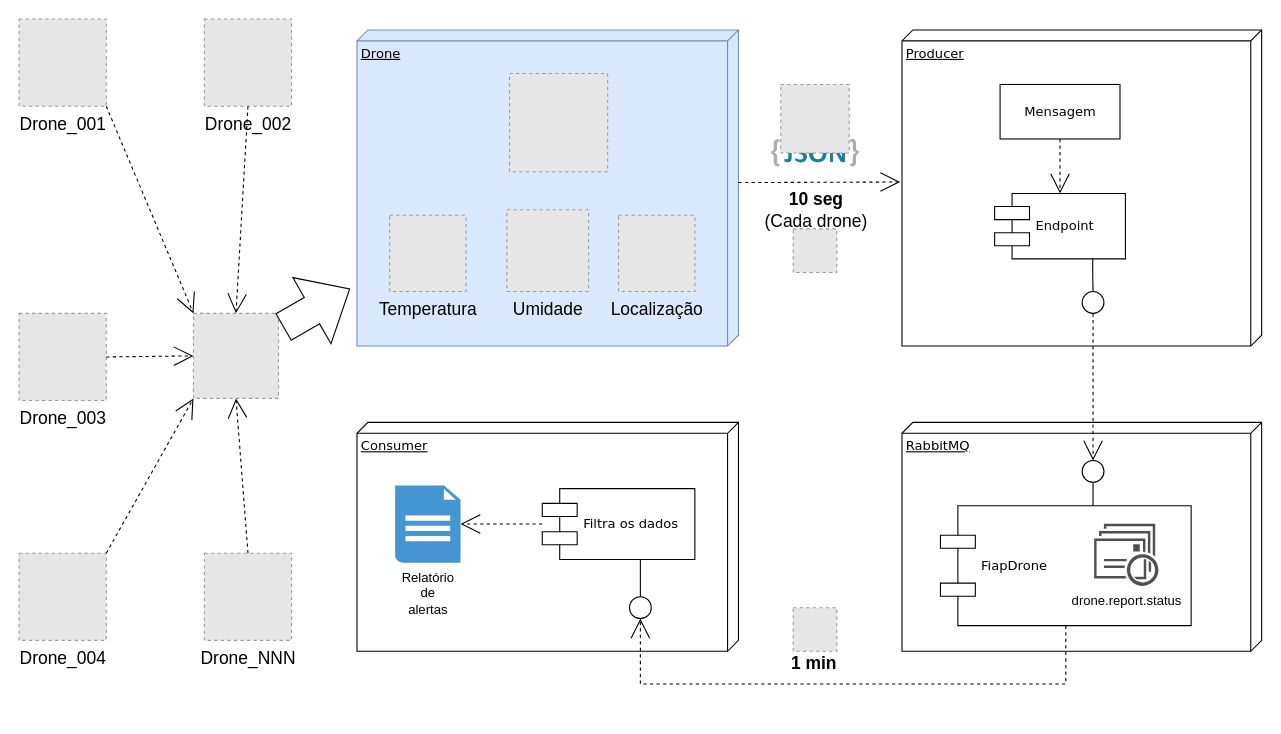
Before: docs/overview.drawio in lakagawa/drone, a draw.io diagram. Source tidied: cells renumbered, new cells numbered last; positions are measured from the earlier drawing's top-left corner, leaving out a move shared by most shapes. Both pictures are drawn from the tidied source at 109%, with x=0, y=0 at pixel (19, 19). Pictures stored in the file or linked from it are replaced by grey dashed boxes.
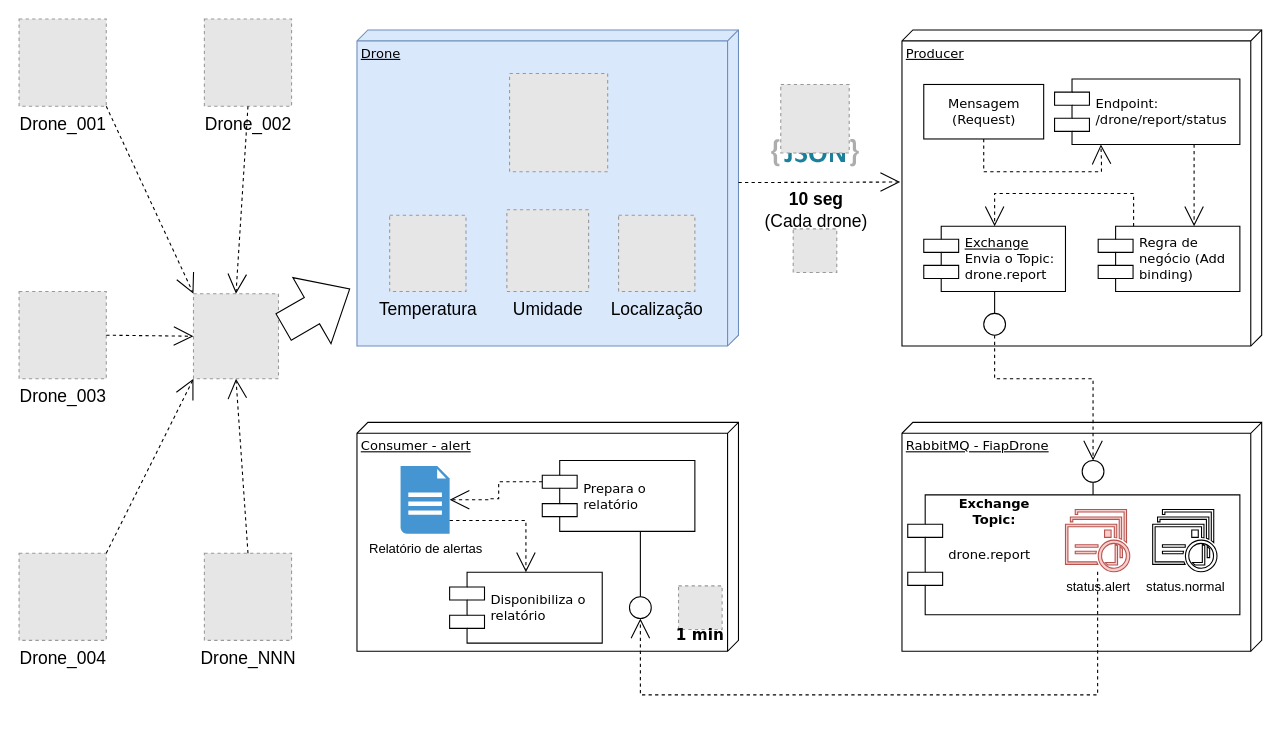
After the change.

Unchanged cells that the change refers to:
```xml
<mxCell id="9" style="ellipse;whiteSpace=wrap;html=1;rounded=0;shadow=0;comic=0;labelBackgroundColor=none;strokeWidth=1;fontFamily=Verdana;fontSize=12;align=center;" parent="1" vertex="1">
  <mxGeometry x="560" y="530" width="20" height="20" as="geometry" />
</mxCell>
<mxCell id="23" style="ellipse;whiteSpace=wrap;html=1;rounded=0;shadow=0;comic=0;labelBackgroundColor=none;strokeWidth=1;fontFamily=Verdana;fontSize=12;align=center;" parent="1" vertex="1">
  <mxGeometry x="975.3" y="405" width="20" height="20" as="geometry" />
</mxCell>
```

Diff of the diagram source:
```diff
@@
-    <mxCell id="3" value="Consumer" style="verticalAlign=top;align=left;spacingTop=8;spacingLeft=2;spacingRight=12;shape=cube;size=10;direction=south;fontStyle=4;html=1;rounded=0;shadow=0;comic=0;labelBackgroundColor=none;strokeWidth=1;fontFamily=Verdana;fontSize=12;" parent="1" vertex="1">
+    <mxCell id="3" value="Consumer - alert" style="verticalAlign=top;align=left;spacingTop=8;spacingLeft=2;spacingRight=12;shape=cube;size=10;direction=south;fontStyle=4;html=1;rounded=0;shadow=0;comic=0;labelBackgroundColor=none;strokeWidth=1;fontFamily=Verdana;fontSize=12;" parent="1" vertex="1">
       <mxGeometry x="310" y="370" width="350" height="210" as="geometry" />
     </mxCell>
-    <mxCell id="4" value="RabbitMQ" style="verticalAlign=top;align=left;spacingTop=8;spacingLeft=2;spacingRight=12;shape=cube;size=10;direction=south;fontStyle=4;html=1;rounded=0;shadow=0;comic=0;labelBackgroundColor=none;strokeWidth=1;fontFamily=Verdana;fontSize=12;" parent="1" vertex="1">
+    <mxCell id="4" value="RabbitMQ - FiapDrone" style="verticalAlign=top;align=left;spacingTop=8;spacingLeft=2;spacingRight=12;shape=cube;size=10;direction=south;fontStyle=4;html=1;rounded=0;shadow=0;comic=0;labelBackgroundColor=none;strokeWidth=1;fontFamily=Verdana;fontSize=12;" parent="1" vertex="1">
       <mxGeometry x="810" y="370" width="330" height="210" as="geometry" />
     </mxCell>
-    <mxCell id="5" value="Mensagem" style="html=1;rounded=0;shadow=0;comic=0;labelBackgroundColor=none;strokeWidth=1;fontFamily=Verdana;fontSize=12;align=center;" parent="1" vertex="1">
-      <mxGeometry x="900" y="60" width="110" height="50" as="geometry" />
+    <mxCell id="5" value="Mensagem&lt;br&gt;(Request)" style="html=1;rounded=0;shadow=0;comic=0;labelBackgroundColor=none;strokeWidth=1;fontFamily=Verdana;fontSize=12;align=center;" parent="1" vertex="1">
+      <mxGeometry x="830" y="60" width="110" height="50" as="geometry" />
     </mxCell>
-    <mxCell id="6" value="Endpoint" style="shape=component;align=left;spacingLeft=36;rounded=0;shadow=0;comic=0;labelBackgroundColor=none;strokeWidth=1;fontFamily=Verdana;fontSize=12;html=1;" parent="1" vertex="1">
-      <mxGeometry x="895" y="160" width="120" height="60" as="geometry" />
+    <mxCell id="6" value="Regra de negócio (Add binding)" style="shape=component;align=left;spacingLeft=36;rounded=0;shadow=0;comic=0;labelBackgroundColor=none;strokeWidth=1;fontFamily=Verdana;fontSize=12;html=1;whiteSpace=wrap;" parent="1" vertex="1">
+      <mxGeometry x="990" y="190" width="130" height="60" as="geometry" />
     </mxCell>
     <mxCell id="7" style="ellipse;whiteSpace=wrap;html=1;rounded=0;shadow=0;comic=0;labelBackgroundColor=none;strokeWidth=1;fontFamily=Verdana;fontSize=12;align=center;" parent="1" vertex="1">
-      <mxGeometry x="975.3" y="250" width="20" height="20" as="geometry" />
+      <mxGeometry x="885" y="270" width="20" height="20" as="geometry" />
     </mxCell>
-    <mxCell id="8" value="Filtra os dados" style="shape=component;align=left;spacingLeft=36;rounded=0;shadow=0;comic=0;labelBackgroundColor=none;strokeWidth=1;fontFamily=Verdana;fontSize=12;html=1;" parent="1" vertex="1">
-      <mxGeometry x="480" y="430.8" width="140" height="65" as="geometry" />
+    <mxCell id="8" value="Prepara o relatório" style="shape=component;align=left;spacingLeft=36;rounded=0;shadow=0;comic=0;labelBackgroundColor=none;strokeWidth=1;fontFamily=Verdana;fontSize=12;html=1;whiteSpace=wrap;" parent="1" vertex="1">
+      <mxGeometry x="480" y="405" width="140" height="65" as="geometry" />
     </mxCell>
@@
-    <mxCell id="10" value="FiapDrone" style="shape=component;align=left;spacingLeft=36;rounded=0;shadow=0;comic=0;labelBackgroundColor=none;strokeWidth=1;fontFamily=Verdana;fontSize=12;html=1;" parent="1" vertex="1">
-      <mxGeometry x="845.3" y="446.5" width="230" height="110" as="geometry" />
+    <mxCell id="10" value="drone.report" style="shape=component;align=left;spacingLeft=36;rounded=0;shadow=0;comic=0;labelBackgroundColor=none;strokeWidth=1;fontFamily=Verdana;fontSize=12;html=1;" parent="1" vertex="1">
+      <mxGeometry x="815.3" y="436.5" width="304.7" height="110" as="geometry" />
     </mxCell>
-    <mxCell id="11" style="edgeStyle=none;rounded=0;html=1;dashed=1;labelBackgroundColor=none;startArrow=none;startFill=0;startSize=8;endArrow=open;endFill=0;endSize=16;fontFamily=Verdana;fontSize=12;exitX=0.5;exitY=1;exitDx=0;exitDy=0;" parent="1" edge="1" source="7" target="23">
-      <mxGeometry relative="1" as="geometry" />
-    </mxCell>
-    <mxCell id="12" style="edgeStyle=none;rounded=0;html=1;dashed=1;labelBackgroundColor=none;startArrow=none;startFill=0;startSize=8;endArrow=open;endFill=0;endSize=16;fontFamily=Verdana;fontSize=12;exitX=0.5;exitY=1;exitDx=0;exitDy=0;" parent="1" edge="1" source="10" target="9">
-      <mxGeometry relative="1" as="geometry">
-        <Array as="points">
-          <mxPoint x="960.3" y="610" />
-          <mxPoint x="570" y="610" />
-        </Array>
-      </mxGeometry>
-    </mxCell>
-    <mxCell id="13" value="1 min" style="edgeLabel;html=1;align=center;verticalAlign=middle;fontSize=16;fontStyle=1;labelBackgroundColor=none;" parent="12" vertex="1">
-      <mxGeometry x="0.17" relative="1" as="geometry">
-        <mxPoint x="10" y="-20" as="offset" />
-      </mxGeometry>
-    </mxCell>
@@
-    <mxCell id="15" style="edgeStyle=elbowEdgeStyle;rounded=0;html=1;labelBackgroundColor=none;startArrow=none;startFill=0;startSize=8;endArrow=none;endFill=0;endSize=16;fontFamily=Verdana;fontSize=12;entryX=0.75;entryY=1;entryDx=0;entryDy=0;" parent="1" edge="1" source="7" target="6">
-      <mxGeometry relative="1" as="geometry" />
+    <mxCell id="15" style="edgeStyle=elbowEdgeStyle;rounded=0;html=1;labelBackgroundColor=none;startArrow=none;startFill=0;startSize=8;endArrow=none;endFill=0;endSize=16;fontFamily=Verdana;fontSize=12;entryX=0.5;entryY=1;entryDx=0;entryDy=0;exitX=0.5;exitY=0;exitDx=0;exitDy=0;" parent="1" edge="1" source="7" target="49">
+      <mxGeometry relative="1" as="geometry">
+        <Array as="points">
+          <mxPoint x="895" y="260" />
+          <mxPoint x="985" y="250" />
+        </Array>
+      </mxGeometry>
     </mxCell>
-    <mxCell id="16" style="edgeStyle=orthogonalEdgeStyle;rounded=0;html=1;labelBackgroundColor=none;startArrow=none;startFill=0;startSize=8;endArrow=open;endFill=0;endSize=16;fontFamily=Verdana;fontSize=12;dashed=1;exitX=0.5;exitY=1;exitDx=0;exitDy=0;entryX=0.5;entryY=0;entryDx=0;entryDy=0;" parent="1" edge="1" source="5" target="6">
-      <mxGeometry relative="1" as="geometry" />
+    <mxCell id="16" style="edgeStyle=orthogonalEdgeStyle;rounded=0;html=1;labelBackgroundColor=none;startArrow=none;startFill=0;startSize=8;endArrow=open;endFill=0;endSize=16;fontFamily=Verdana;fontSize=12;dashed=1;exitX=0.75;exitY=1;exitDx=0;exitDy=0;" parent="1" edge="1" source="47">
+      <mxGeometry relative="1" as="geometry">
+        <mxPoint x="1078" y="190" as="targetPoint" />
+        <Array as="points">
+          <mxPoint x="1078" y="190" />
+        </Array>
+      </mxGeometry>
     </mxCell>
-    <mxCell id="17" style="edgeStyle=orthogonalEdgeStyle;rounded=0;html=1;dashed=1;labelBackgroundColor=none;startArrow=none;startFill=0;startSize=8;endArrow=open;endFill=0;endSize=16;fontFamily=Verdana;fontSize=12;" parent="1" edge="1" source="8" target="19">
-      <mxGeometry relative="1" as="geometry" />
+    <mxCell id="17" style="edgeStyle=orthogonalEdgeStyle;rounded=0;html=1;dashed=1;labelBackgroundColor=none;startArrow=none;startFill=0;startSize=8;endArrow=open;endFill=0;endSize=16;fontFamily=Verdana;fontSize=12;exitX=0;exitY=0.3;exitDx=0;exitDy=0;" parent="1" edge="1" source="8" target="19">
+      <mxGeometry relative="1" as="geometry">
+        <Array as="points">
+          <mxPoint x="440" y="424" />
+          <mxPoint x="440" y="440" />
+          <mxPoint x="430" y="440" />
+          <mxPoint x="430" y="441" />
+        </Array>
+      </mxGeometry>
     </mxCell>
-    <mxCell id="18" value="drone.report.status" style="sketch=0;shadow=0;dashed=0;html=1;strokeColor=none;fillColor=#505050;labelPosition=center;verticalLabelPosition=bottom;verticalAlign=top;align=center;shape=mxgraph.office.communications.queue_viewer;" parent="1" vertex="1">
-      <mxGeometry x="986.3" y="463" width="59" height="57" as="geometry" />
+    <mxCell id="18" value="status.normal" style="sketch=0;shadow=0;dashed=0;html=1;labelPosition=center;verticalLabelPosition=bottom;verticalAlign=top;align=center;shape=mxgraph.office.communications.queue_viewer;" parent="1" vertex="1">
+      <mxGeometry x="1040" y="450" width="59" height="57" as="geometry" />
     </mxCell>
-    <mxCell id="19" value="Relatório &lt;br&gt;de &lt;br&gt;alertas" style="shadow=0;dashed=0;html=1;strokeColor=none;fillColor=#4495D1;labelPosition=center;verticalLabelPosition=bottom;verticalAlign=top;align=center;outlineConnect=0;shape=mxgraph.veeam.2d.report;" parent="1" vertex="1">
-      <mxGeometry x="345" y="427.9" width="60" height="70.8" as="geometry" />
+    <mxCell id="19" value="Relatório&amp;nbsp;de alertas" style="shadow=0;dashed=0;strokeColor=none;fillColor=#4495D1;labelPosition=center;verticalLabelPosition=bottom;verticalAlign=top;align=center;outlineConnect=0;shape=mxgraph.veeam.2d.report;html=1;" parent="1" vertex="1">
+      <mxGeometry x="350" y="410" width="45" height="62.1" as="geometry" />
     </mxCell>
@@
-    <mxCell id="24" style="edgeStyle=elbowEdgeStyle;rounded=0;html=1;labelBackgroundColor=none;startArrow=none;startFill=0;startSize=8;endArrow=none;endFill=0;endSize=16;fontFamily=Verdana;fontSize=12;entryX=0.611;entryY=0.001;entryDx=0;entryDy=0;exitX=0.5;exitY=1;exitDx=0;exitDy=0;entryPerimeter=0;" parent="1" edge="1" source="23" target="10">
+    <mxCell id="24" style="edgeStyle=elbowEdgeStyle;rounded=0;html=1;labelBackgroundColor=none;startArrow=none;startFill=0;startSize=8;endArrow=none;endFill=0;endSize=16;fontFamily=Verdana;fontSize=12;entryX=0.558;entryY=-0.001;entryDx=0;entryDy=0;exitX=0.5;exitY=1;exitDx=0;exitDy=0;entryPerimeter=0;" parent="1" edge="1" source="23" target="10">
       <mxGeometry relative="1" as="geometry">
         <Array as="points">
           <mxPoint x="985.3" y="440" />
           <mxPoint x="1055.3" y="440" />
           <mxPoint x="1055.3" y="440" />
           <mxPoint x="1055.3" y="420" />
           <mxPoint x="1048.3" y="390" />
         </Array>
       </mxGeometry>
     </mxCell>
@@
     <mxCell id="28" value="Drone_003" style="fillColor=#E6E6E6;strokeColor=#999999;dashed=1;html=1;verticalAlign=top;verticalLabelPosition=bottom;labelBackgroundColor=none;fontSize=16;" parent="1" vertex="1">
-      <mxGeometry y="270" width="80" height="80" as="geometry" />
+      <mxGeometry y="250" width="80" height="80" as="geometry" />
     </mxCell>
@@
     <mxCell id="35" style="fillColor=#E6E6E6;strokeColor=#999999;dashed=1;html=1;verticalAlign=top;verticalLabelPosition=bottom;labelBackgroundColor=#ffffff;fontSize=16;" parent="1" vertex="1">
-      <mxGeometry x="160" y="270" width="78" height="78" as="geometry" />
+      <mxGeometry x="160" y="252" width="78" height="78" as="geometry" />
     </mxCell>
@@
     <mxCell id="43" style="fillColor=#E6E6E6;strokeColor=#999999;dashed=1;html=1;verticalAlign=top;verticalLabelPosition=bottom;labelBackgroundColor=#ffffff;fontSize=16;" parent="1" vertex="1">
-      <mxGeometry x="710.2" y="540" width="40" height="40" as="geometry" />
+      <mxGeometry x="605" y="520" width="40" height="40" as="geometry" />
     </mxCell>
@@
+    <mxCell id="45" value="status.alert" style="sketch=0;shadow=0;dashed=0;html=1;strokeColor=#b85450;fillColor=#f8cecc;labelPosition=center;verticalLabelPosition=bottom;verticalAlign=top;outlineConnect=0;align=center;shape=mxgraph.office.communications.queue_viewer;" parent="1" vertex="1">
+      <mxGeometry x="960" y="450" width="59" height="57" as="geometry" />
+    </mxCell>
+    <mxCell id="46" value="&lt;span style=&quot;font-family: Verdana; text-align: left;&quot;&gt;Exchange Topic:&lt;/span&gt;" style="text;html=1;strokeColor=none;fillColor=none;align=center;verticalAlign=middle;whiteSpace=wrap;rounded=0;fontStyle=1;" parent="1" vertex="1">
+      <mxGeometry x="840" y="436.5" width="110" height="30" as="geometry" />
+    </mxCell>
+    <mxCell id="47" value="Endpoint:&lt;br&gt;/drone/report/status" style="shape=component;align=left;spacingLeft=36;rounded=0;shadow=0;comic=0;labelBackgroundColor=none;strokeWidth=1;fontFamily=Verdana;fontSize=12;html=1;" parent="1" vertex="1">
+      <mxGeometry x="950" y="55" width="170" height="60" as="geometry" />
+    </mxCell>
+    <mxCell id="48" style="edgeStyle=orthogonalEdgeStyle;rounded=0;html=1;labelBackgroundColor=none;startArrow=none;startFill=0;startSize=8;endArrow=open;endFill=0;endSize=16;fontFamily=Verdana;fontSize=12;dashed=1;exitX=0.5;exitY=1;exitDx=0;exitDy=0;entryX=0.25;entryY=1;entryDx=0;entryDy=0;" parent="1" edge="1" source="5" target="47">
+      <mxGeometry relative="1" as="geometry">
+        <Array as="points">
+          <mxPoint x="885" y="140" />
+          <mxPoint x="993" y="140" />
+          <mxPoint x="993" y="130" />
+        </Array>
+      </mxGeometry>
+    </mxCell>
+    <mxCell id="49" value="&lt;u&gt;Exchange&lt;/u&gt;&lt;br&gt;Envia o Topic:&lt;br&gt;drone.report" style="shape=component;align=left;spacingLeft=36;rounded=0;shadow=0;comic=0;labelBackgroundColor=none;strokeWidth=1;fontFamily=Verdana;fontSize=12;html=1;" parent="1" vertex="1">
+      <mxGeometry x="830" y="190" width="130" height="60" as="geometry" />
+    </mxCell>
+    <mxCell id="50" style="edgeStyle=orthogonalEdgeStyle;rounded=0;html=1;labelBackgroundColor=none;startArrow=none;startFill=0;startSize=8;endArrow=open;endFill=0;endSize=16;fontFamily=Verdana;fontSize=12;dashed=1;exitX=0.25;exitY=0;exitDx=0;exitDy=0;entryX=0.5;entryY=0;entryDx=0;entryDy=0;" parent="1" edge="1" source="6" target="49">
+      <mxGeometry relative="1" as="geometry">
+        <Array as="points">
+          <mxPoint x="1023" y="160" />
+          <mxPoint x="895" y="160" />
+        </Array>
+      </mxGeometry>
+    </mxCell>
+    <mxCell id="11" style="edgeStyle=orthogonalEdgeStyle;rounded=0;html=1;labelBackgroundColor=none;startArrow=none;startFill=0;startSize=8;endArrow=open;endFill=0;endSize=16;fontFamily=Verdana;fontSize=12;dashed=1;exitX=0.5;exitY=1;exitDx=0;exitDy=0;entryX=0.5;entryY=0;entryDx=0;entryDy=0;" parent="1" edge="1" source="7" target="23">
+      <mxGeometry relative="1" as="geometry">
+        <Array as="points">
+          <mxPoint x="895" y="330" />
+          <mxPoint x="985" y="330" />
+          <mxPoint x="985" y="405" />
+        </Array>
+      </mxGeometry>
+    </mxCell>
+    <mxCell id="51" style="edgeStyle=orthogonalEdgeStyle;rounded=0;html=1;labelBackgroundColor=none;startArrow=none;startFill=0;startSize=8;endArrow=open;endFill=0;endSize=16;fontFamily=Verdana;fontSize=12;dashed=1;entryX=0.5;entryY=1;entryDx=0;entryDy=0;" parent="1" edge="1" source="45" target="9">
+      <mxGeometry relative="1" as="geometry">
+        <Array as="points">
+          <mxPoint x="990" y="620" />
+          <mxPoint x="570" y="620" />
+        </Array>
+      </mxGeometry>
+    </mxCell>
+    <mxCell id="13" value="&lt;span style=&quot;font-family: Verdana; text-align: left; font-size: 14px;&quot;&gt;1 min&lt;/span&gt;" style="text;html=1;strokeColor=none;fillColor=none;align=center;verticalAlign=middle;whiteSpace=wrap;rounded=0;fontStyle=1;" parent="1" vertex="1">
+      <mxGeometry x="600" y="550" width="50" height="30" as="geometry" />
+    </mxCell>
+    <mxCell id="52" value="Disponibiliza o relatório" style="shape=component;align=left;spacingLeft=36;rounded=0;shadow=0;comic=0;labelBackgroundColor=none;strokeWidth=1;fontFamily=Verdana;fontSize=12;html=1;whiteSpace=wrap;" parent="1" vertex="1">
+      <mxGeometry x="395" y="507.5" width="140" height="65" as="geometry" />
+    </mxCell>
+    <mxCell id="53" style="edgeStyle=orthogonalEdgeStyle;rounded=0;html=1;dashed=1;labelBackgroundColor=none;startArrow=none;startFill=0;startSize=8;endArrow=open;endFill=0;endSize=16;fontFamily=Verdana;fontSize=12;entryX=0.5;entryY=0;entryDx=0;entryDy=0;" parent="1" edge="1" source="19" target="52">
+      <mxGeometry relative="1" as="geometry">
+        <Array as="points">
+          <mxPoint x="465" y="460" />
+        </Array>
+      </mxGeometry>
+    </mxCell>
```
